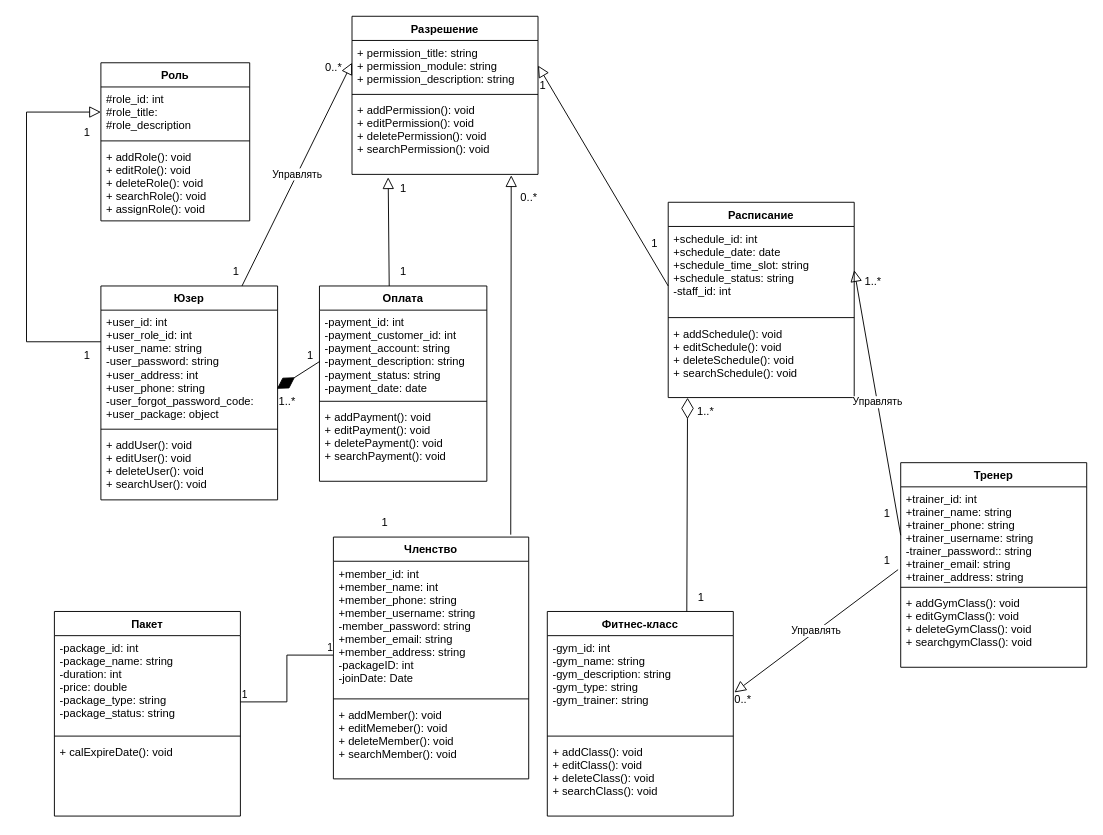
This is page "Class Diagram" (2 of 7) of Biểu đồ không có tiêu đề.drawio from quyettranvu/Lab2-3_UML, a draw.io file, before an edit. Source tidied: cells renumbered, new cells numbered last; positions are measured from the earlier drawing's top-left corner, leaving out a move shared by most shapes. Both pictures are drawn from the tidied source at 93%, with x=0, y=0 at pixel (26, 16).
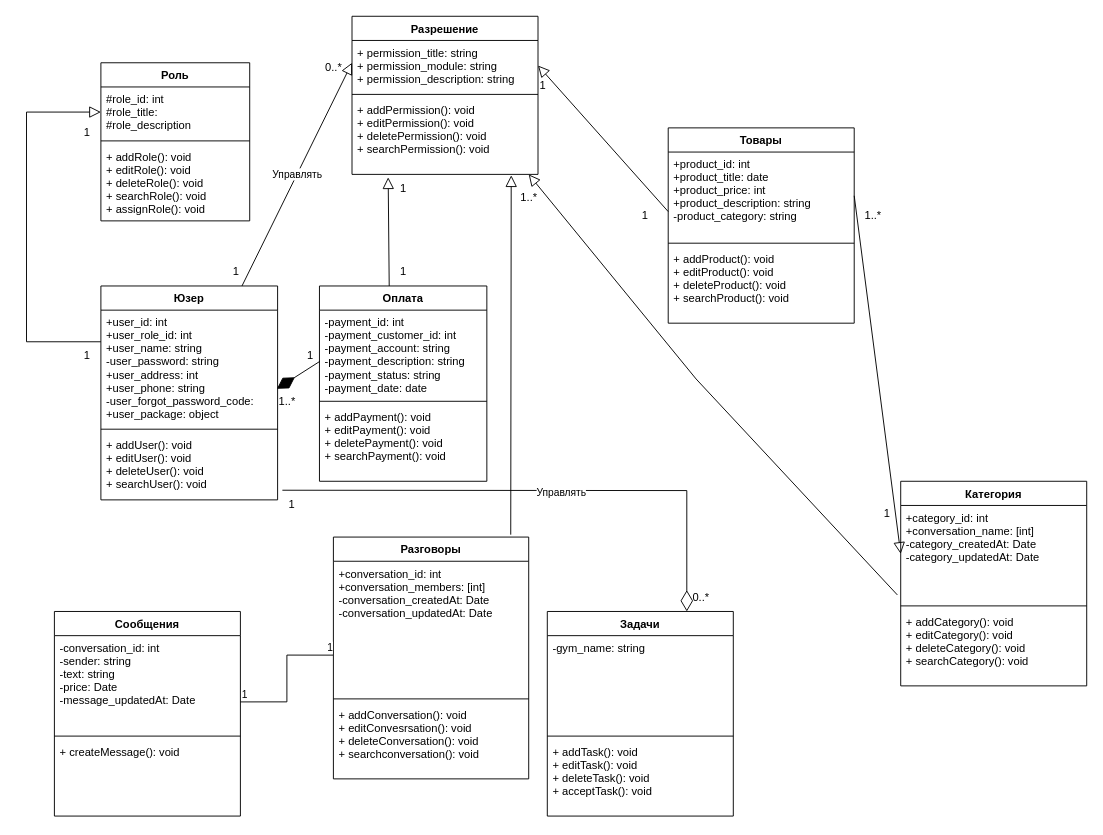
The same diagram, later.

Unchanged cells that the change refers to:
```xml
<mxCell id="15" value="+ addUser(): void&#10;+ editUser(): void&#10;+ deleteUser(): void&#10;+ searchUser(): void" style="text;strokeColor=none;fillColor=none;align=left;verticalAlign=top;spacingLeft=4;spacingRight=4;overflow=hidden;points=[[0,0.5],[1,0.5]];portConstraint=eastwest;" parent="11" vertex="1">
  <mxGeometry y="158" width="190" height="72" as="geometry" />
</mxCell>
```

The edit, as a diff of the source:
```diff
@@
-    <mxCell id="16" value="Членство" style="swimlane;fontStyle=1;align=center;verticalAlign=top;horizontal=1;startSize=26;" parent="1" vertex="1">
+    <mxCell id="16" value="Разговоры" style="swimlane;fontStyle=1;align=center;verticalAlign=top;horizontal=1;startSize=26;" parent="1" vertex="1">
       <mxGeometry x="330" y="560" width="210" height="260" as="geometry" />
     </mxCell>
-    <mxCell id="17" value="+member_id: int&#10;+member_name: int&#10;+member_phone: string&#10;+member_username: string&#10;-member_password: string&#10;+member_email: string&#10;+member_address: string &#10;-packageID: int&#10;-joinDate: Date" style="text;strokeColor=none;fillColor=none;align=left;verticalAlign=top;spacingLeft=4;spacingRight=4;overflow=hidden;points=[[0,0.5],[1,0.5]];portConstraint=eastwest;" parent="16" vertex="1">
+    <mxCell id="17" value="+conversation_id: int&#10;+conversation_members: [int]&#10;-conversation_createdAt: Date&#10;-conversation_updatedAt: Date" style="text;strokeColor=none;fillColor=none;align=left;verticalAlign=top;spacingLeft=4;spacingRight=4;overflow=hidden;points=[[0,0.5],[1,0.5]];portConstraint=eastwest;" parent="16" vertex="1">
       <mxGeometry y="26" width="210" height="144" as="geometry" />
     </mxCell>
@@
-    <mxCell id="19" value="+ addMember(): void&#10;+ editMemeber(): void&#10;+ deleteMember(): void&#10;+ searchMember(): void" style="text;strokeColor=none;fillColor=none;align=left;verticalAlign=top;spacingLeft=4;spacingRight=4;overflow=hidden;" parent="16" vertex="1">
+    <mxCell id="19" value="+ addConversation(): void&#10;+ editConvesrsation(): void&#10;+ deleteConversation(): void&#10;+ searchconversation(): void" style="text;strokeColor=none;fillColor=none;align=left;verticalAlign=top;spacingLeft=4;spacingRight=4;overflow=hidden;" parent="16" vertex="1">
       <mxGeometry y="178" width="210" height="82" as="geometry" />
     </mxCell>
-    <mxCell id="20" value="Пакет" style="swimlane;fontStyle=1;align=center;verticalAlign=top;horizontal=1;startSize=26;" parent="1" vertex="1">
+    <mxCell id="20" value="Сообщения" style="swimlane;fontStyle=1;align=center;verticalAlign=top;horizontal=1;startSize=26;" parent="1" vertex="1">
       <mxGeometry x="30" y="640" width="200" height="220" as="geometry" />
     </mxCell>
-    <mxCell id="21" value="-package_id: int&#10;-package_name: string&#10;-duration: int&#10;-price: double&#10;-package_type: string&#10;-package_status: string" style="text;strokeColor=none;fillColor=none;align=left;verticalAlign=top;spacingLeft=4;spacingRight=4;overflow=hidden;points=[[0,0.5],[1,0.5]];portConstraint=eastwest;" parent="20" vertex="1">
+    <mxCell id="21" value="-conversation_id: int&#10;-sender: string&#10;-text: string&#10;-price: Date &#10;-message_updatedAt: Date" style="text;strokeColor=none;fillColor=none;align=left;verticalAlign=top;spacingLeft=4;spacingRight=4;overflow=hidden;points=[[0,0.5],[1,0.5]];portConstraint=eastwest;" parent="20" vertex="1">
       <mxGeometry y="26" width="200" height="104" as="geometry" />
     </mxCell>
@@
-    <mxCell id="23" value="+ calExpireDate(): void" style="text;strokeColor=none;fillColor=none;align=left;verticalAlign=top;spacingLeft=4;spacingRight=4;overflow=hidden;" parent="20" vertex="1">
+    <mxCell id="23" value="+ createMessage(): void" style="text;strokeColor=none;fillColor=none;align=left;verticalAlign=top;spacingLeft=4;spacingRight=4;overflow=hidden;" parent="20" vertex="1">
       <mxGeometry y="138" width="200" height="82" as="geometry" />
     </mxCell>
@@
-    <mxCell id="28" value="Расписание" style="swimlane;fontStyle=1;align=center;verticalAlign=top;horizontal=1;startSize=26;" parent="1" vertex="1">
-      <mxGeometry x="690" y="200" width="200" height="210" as="geometry" />
+    <mxCell id="28" value="Товары" style="swimlane;fontStyle=1;align=center;verticalAlign=top;horizontal=1;startSize=26;" parent="1" vertex="1">
+      <mxGeometry x="690" y="120" width="200" height="210" as="geometry" />
     </mxCell>
-    <mxCell id="29" value="+schedule_id: int&#10;+schedule_date: date&#10;+schedule_time_slot: string&#10;+schedule_status: string&#10;-staff_id: int" style="text;strokeColor=none;fillColor=none;align=left;verticalAlign=top;spacingLeft=4;spacingRight=4;overflow=hidden;points=[[0,0.5],[1,0.5]];portConstraint=eastwest;" parent="28" vertex="1">
+    <mxCell id="29" value="+product_id: int&#10;+product_title: date&#10;+product_price: int&#10;+product_description: string&#10;-product_category: string" style="text;strokeColor=none;fillColor=none;align=left;verticalAlign=top;spacingLeft=4;spacingRight=4;overflow=hidden;points=[[0,0.5],[1,0.5]];portConstraint=eastwest;" parent="28" vertex="1">
       <mxGeometry y="26" width="200" height="94" as="geometry" />
     </mxCell>
@@
-    <mxCell id="31" value="+ addSchedule(): void&#10;+ editSchedule(): void&#10;+ deleteSchedule(): void&#10;+ searchSchedule(): void" style="text;strokeColor=none;fillColor=none;align=left;verticalAlign=top;spacingLeft=4;spacingRight=4;overflow=hidden;points=[[0,0.5],[1,0.5]];portConstraint=eastwest;" parent="28" vertex="1">
+    <mxCell id="31" value="+ addProduct(): void&#10;+ editProduct(): void&#10;+ deleteProduct(): void&#10;+ searchProduct(): void" style="text;strokeColor=none;fillColor=none;align=left;verticalAlign=top;spacingLeft=4;spacingRight=4;overflow=hidden;points=[[0,0.5],[1,0.5]];portConstraint=eastwest;" parent="28" vertex="1">
       <mxGeometry y="128" width="200" height="82" as="geometry" />
     </mxCell>
-    <mxCell id="32" value="Фитнес-класс" style="swimlane;fontStyle=1;align=center;verticalAlign=top;horizontal=1;startSize=26;" parent="1" vertex="1">
+    <mxCell id="32" value="Задачи" style="swimlane;fontStyle=1;align=center;verticalAlign=top;horizontal=1;startSize=26;" parent="1" vertex="1">
       <mxGeometry x="560" y="640" width="200" height="220" as="geometry" />
     </mxCell>
-    <mxCell id="33" value="-gym_id: int&#10;-gym_name: string&#10;-gym_description: string&#10;-gym_type: string&#10;-gym_trainer: string" style="text;strokeColor=none;fillColor=none;align=left;verticalAlign=top;spacingLeft=4;spacingRight=4;overflow=hidden;points=[[0,0.5],[1,0.5]];portConstraint=eastwest;" parent="32" vertex="1">
+    <mxCell id="33" value="-gym_name: string" style="text;strokeColor=none;fillColor=none;align=left;verticalAlign=top;spacingLeft=4;spacingRight=4;overflow=hidden;points=[[0,0.5],[1,0.5]];portConstraint=eastwest;" parent="32" vertex="1">
       <mxGeometry y="26" width="200" height="104" as="geometry" />
     </mxCell>
@@
-    <mxCell id="35" value="+ addClass(): void&#10;+ editClass(): void&#10;+ deleteClass(): void&#10;+ searchClass(): void" style="text;strokeColor=none;fillColor=none;align=left;verticalAlign=top;spacingLeft=4;spacingRight=4;overflow=hidden;" parent="32" vertex="1">
+    <mxCell id="35" value="+ addTask(): void&#10;+ editTask(): void&#10;+ deleteTask(): void&#10;+ acceptTask(): void" style="text;strokeColor=none;fillColor=none;align=left;verticalAlign=top;spacingLeft=4;spacingRight=4;overflow=hidden;" parent="32" vertex="1">
       <mxGeometry y="138" width="200" height="82" as="geometry" />
     </mxCell>
@@
-    <mxCell id="41" value="Тренер" style="swimlane;fontStyle=1;align=center;verticalAlign=top;horizontal=1;startSize=26;" parent="1" vertex="1">
-      <mxGeometry x="940" y="480" width="200" height="220" as="geometry" />
+    <mxCell id="41" value="Категория" style="swimlane;fontStyle=1;align=center;verticalAlign=top;horizontal=1;startSize=26;" parent="1" vertex="1">
+      <mxGeometry x="940" y="500" width="200" height="220" as="geometry" />
     </mxCell>
-    <mxCell id="42" value="+trainer_id: int&#10;+trainer_name: string&#10;+trainer_phone: string&#10;+trainer_username: string&#10;-trainer_password:: string&#10;+trainer_email: string&#10;+trainer_address: string" style="text;strokeColor=none;fillColor=none;align=left;verticalAlign=top;spacingLeft=4;spacingRight=4;overflow=hidden;points=[[0,0.5],[1,0.5]];portConstraint=eastwest;" parent="41" vertex="1">
+    <mxCell id="42" value="+category_id: int&#10;+conversation_name: [int]&#10;-category_createdAt: Date&#10;-category_updatedAt: Date" style="text;strokeColor=none;fillColor=none;align=left;verticalAlign=top;spacingLeft=4;spacingRight=4;overflow=hidden;points=[[0,0.5],[1,0.5]];portConstraint=eastwest;" parent="41" vertex="1">
       <mxGeometry y="26" width="200" height="104" as="geometry" />
     </mxCell>
@@
-    <mxCell id="44" value="+ addGymClass(): void&#10;+ editGymClass(): void&#10;+ deleteGymClass(): void&#10;+ searchgymClass(): void" style="text;strokeColor=none;fillColor=none;align=left;verticalAlign=top;spacingLeft=4;spacingRight=4;overflow=hidden;" parent="41" vertex="1">
+    <mxCell id="44" value="+ addCategory(): void&#10;+ editCategory(): void&#10;+ deleteCategory(): void&#10;+ searchCategory(): void" style="text;strokeColor=none;fillColor=none;align=left;verticalAlign=top;spacingLeft=4;spacingRight=4;overflow=hidden;" parent="41" vertex="1">
       <mxGeometry y="138" width="200" height="82" as="geometry" />
     </mxCell>
-    <mxCell id="45" value="Управлять" style="endArrow=block;endFill=0;html=1;rounded=0;exitX=0;exitY=0.5;exitDx=0;exitDy=0;endSize=10;entryX=1;entryY=0.5;entryDx=0;entryDy=0;" parent="1" edge="1" source="42" target="29">
-      <mxGeometry relative="1" as="geometry" />
-    </mxCell>
-    <mxCell id="46" value="Управлять" style="endArrow=block;endFill=0;html=1;rounded=0;exitX=-0.014;exitY=0.856;exitDx=0;exitDy=0;exitPerimeter=0;entryX=1.006;entryY=0.587;entryDx=0;entryDy=0;entryPerimeter=0;endSize=10;" parent="1" edge="1" source="42" target="33">
-      <mxGeometry relative="1" as="geometry" />
-    </mxCell>
@@
-    <mxCell id="48" value="0..*" style="text;html=1;align=center;verticalAlign=middle;fillColor=none;strokeColor=none;rounded=0;" parent="1" vertex="1">
-      <mxGeometry x="750" y="720" width="40" height="30" as="geometry" />
-    </mxCell>
-    <mxCell id="49" value="1" style="text;html=1;align=center;verticalAlign=middle;fillColor=none;strokeColor=none;rounded=0;" parent="1" vertex="1">
-      <mxGeometry x="910" y="570" width="30" height="30" as="geometry" />
-    </mxCell>
     <mxCell id="50" value="1..*" style="text;html=1;align=center;verticalAlign=middle;fillColor=none;strokeColor=none;rounded=0;" parent="1" vertex="1">
-      <mxGeometry x="890" y="270" width="40" height="30" as="geometry" />
+      <mxGeometry x="890" y="200" width="40" height="30" as="geometry" />
     </mxCell>
-    <mxCell id="51" value="1" style="text;html=1;align=center;verticalAlign=middle;fillColor=none;strokeColor=none;rounded=0;" parent="1" vertex="1">
-      <mxGeometry x="710" y="610" width="30" height="30" as="geometry" />
+    <mxCell id="51" value="0..*" style="text;html=1;align=center;verticalAlign=middle;fillColor=none;strokeColor=none;rounded=0;" parent="1" vertex="1">
+      <mxGeometry x="705" y="610" width="40" height="30" as="geometry" />
     </mxCell>
-    <mxCell id="52" value="1..*" style="text;html=1;align=center;verticalAlign=middle;fillColor=none;strokeColor=none;rounded=0;" parent="1" vertex="1">
-      <mxGeometry x="710" y="410" width="40" height="30" as="geometry" />
-    </mxCell>
@@
     <mxCell id="57" value="1" style="text;html=1;align=center;verticalAlign=middle;fillColor=none;strokeColor=none;rounded=0;" parent="1" vertex="1">
-      <mxGeometry x="370" y="530" width="30" height="30" as="geometry" />
+      <mxGeometry x="270" y="510" width="30" height="30" as="geometry" />
     </mxCell>
@@
-    <mxCell id="59" value="0..*" style="text;html=1;align=center;verticalAlign=middle;fillColor=none;strokeColor=none;rounded=0;" parent="1" vertex="1">
+    <mxCell id="59" value="1..*" style="text;html=1;align=center;verticalAlign=middle;fillColor=none;strokeColor=none;rounded=0;" parent="1" vertex="1">
       <mxGeometry x="520" y="180" width="40" height="30" as="geometry" />
     </mxCell>
     <mxCell id="60" value="1" style="text;html=1;align=center;verticalAlign=middle;fillColor=none;strokeColor=none;rounded=0;" parent="1" vertex="1">
-      <mxGeometry x="660" y="230" width="30" height="30" as="geometry" />
+      <mxGeometry x="650" y="200" width="30" height="30" as="geometry" />
     </mxCell>
@@
-    <mxCell id="62" style="endArrow=diamondThin;endFill=0;html=1;rounded=0;exitX=0.75;exitY=0;exitDx=0;exitDy=0;endSize=20;entryX=0.104;entryY=1.002;entryDx=0;entryDy=0;entryPerimeter=0;" parent="1" edge="1" source="32" target="31">
-      <mxGeometry relative="1" as="geometry" />
-    </mxCell>
@@
+    <mxCell id="62" style="endArrow=diamondThin;endFill=0;html=1;rounded=0;exitX=1.027;exitY=0.856;exitDx=0;exitDy=0;endSize=20;entryX=0.75;entryY=0;entryDx=0;entryDy=0;exitPerimeter=0;" parent="1" edge="1" source="15" target="32">
+      <mxGeometry relative="1" as="geometry">
+        <Array as="points">
+          <mxPoint x="710" y="510" />
+        </Array>
+      </mxGeometry>
+    </mxCell>
+    <mxCell id="46" value="Управлять" style="edgeLabel;html=1;align=center;verticalAlign=middle;" parent="62" vertex="1">
+      <mxGeometry x="0.06" y="-2" relative="1" as="geometry" />
+    </mxCell>
+    <mxCell id="45" style="endArrow=block;endFill=0;html=1;rounded=0;exitX=1;exitY=0.5;exitDx=0;exitDy=0;endSize=10;entryX=0;entryY=0.5;entryDx=0;entryDy=0;" parent="1" edge="1" source="29" target="42">
+      <mxGeometry relative="1" as="geometry" />
+    </mxCell>
+    <mxCell id="68" style="endArrow=block;endFill=0;html=1;rounded=0;entryX=1;entryY=0.5;entryDx=0;entryDy=0;exitX=-0.018;exitY=0.925;exitDx=0;exitDy=0;exitPerimeter=0;endSize=10;" parent="1" edge="1" source="42">
+      <mxGeometry relative="1" as="geometry">
+        <mxPoint x="540" y="170" as="targetPoint" />
+        <Array as="points">
+          <mxPoint x="720" y="390" />
+        </Array>
+      </mxGeometry>
+    </mxCell>
```
